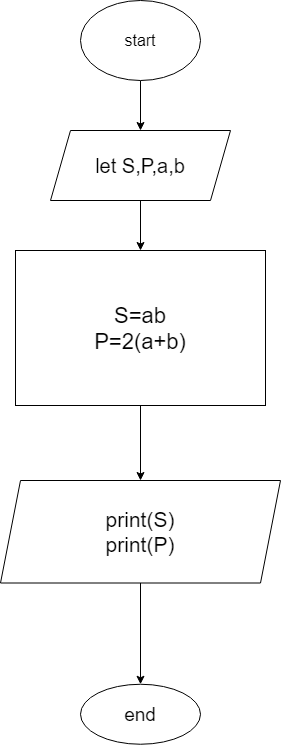
Seymur-Abbasov/alqoritm-test.1 keeps this draw.io diagram as Untitled Diagram.drawio.png. Above is the earlier version. Source tidied: cells renumbered, new cells last; positions are measured from the earlier drawing's top-left corner, leaving out a move shared by most shapes.
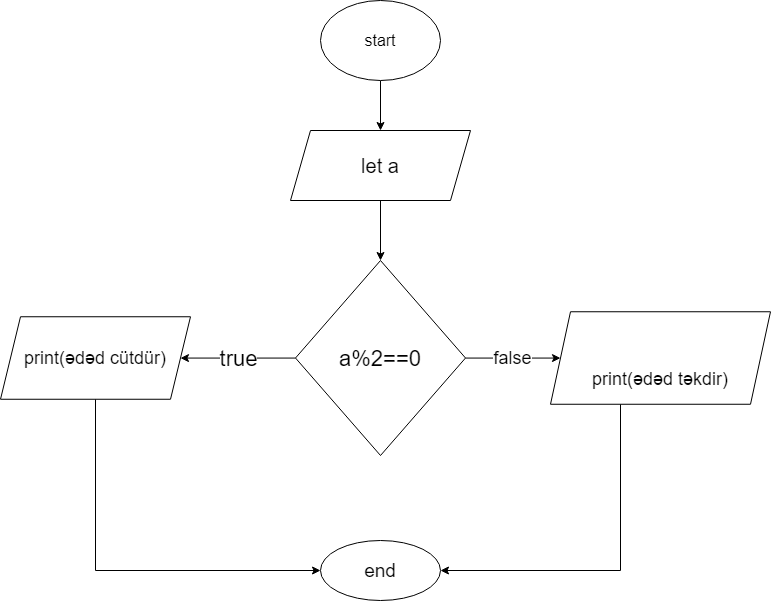
The same file after the commit.

Diff of the diagram source:
```diff
@@ -8,26 +8,43 @@
     <mxCell id="3" value="&lt;font style=&quot;font-size: 16px&quot;&gt;start&lt;/font&gt;" style="ellipse;whiteSpace=wrap;html=1;" parent="1" vertex="1">
       <mxGeometry x="80" width="120" height="80" as="geometry" />
     </mxCell>
-    <mxCell id="4" style="edgeStyle=orthogonalEdgeStyle;rounded=0;jettySize=auto;html=1;fontSize=14;" parent="1" edge="1" source="5" target="7">
-      <mxGeometry relative="1" as="geometry" />
-    </mxCell>
+    <mxCell id="11" style="edgeStyle=orthogonalEdgeStyle;rounded=0;jettySize=auto;html=1;fontSize=19;" parent="1" edge="1" source="5" target="14">
+      <mxGeometry relative="1" as="geometry" />
+    </mxCell>
-    <mxCell id="5" value="&lt;span style=&quot;font-size: 20px&quot;&gt;let S,P,a,b&lt;/span&gt;" style="shape=parallelogram;perimeter=parallelogramPerimeter;whiteSpace=wrap;html=1;fixedSize=1;" parent="1" vertex="1">
+    <mxCell id="5" value="&lt;span style=&quot;font-size: 20px&quot;&gt;let a&lt;/span&gt;" style="shape=parallelogram;perimeter=parallelogramPerimeter;whiteSpace=wrap;html=1;fixedSize=1;" parent="1" vertex="1">
       <mxGeometry x="50" y="130" width="180" height="70" as="geometry" />
     </mxCell>
-    <mxCell id="6" style="edgeStyle=orthogonalEdgeStyle;rounded=0;jettySize=auto;html=1;fontSize=22;" parent="1" edge="1" source="7" target="9">
-      <mxGeometry relative="1" as="geometry" />
-    </mxCell>
-    <mxCell id="7" value="&lt;font style=&quot;font-size: 22px&quot;&gt;S=ab&lt;br&gt;P=2(a+b)&lt;/font&gt;" style="whiteSpace=wrap;html=1;" parent="1" vertex="1">
-      <mxGeometry x="15" y="250" width="250" height="155" as="geometry" />
-    </mxCell>
-    <mxCell id="8" style="edgeStyle=orthogonalEdgeStyle;rounded=0;jettySize=auto;html=1;fontSize=21;" parent="1" edge="1" source="9" target="10">
-      <mxGeometry relative="1" as="geometry" />
-    </mxCell>
-    <mxCell id="9" value="&lt;font style=&quot;font-size: 21px&quot;&gt;print(S)&lt;br&gt;print(P)&lt;/font&gt;" style="shape=parallelogram;perimeter=parallelogramPerimeter;whiteSpace=wrap;html=1;fixedSize=1;" parent="1" vertex="1">
-      <mxGeometry y="480" width="280" height="102.5" as="geometry" />
-    </mxCell>
     <mxCell id="10" value="&lt;font style=&quot;font-size: 19px&quot;&gt;end&lt;/font&gt;" style="ellipse;whiteSpace=wrap;html=1;" parent="1" vertex="1">
-      <mxGeometry x="80" y="683.8" width="120" height="60" as="geometry" />
+      <mxGeometry x="80" y="540" width="120" height="60" as="geometry" />
     </mxCell>
+    <mxCell id="12" value="true" style="edgeStyle=orthogonalEdgeStyle;rounded=0;jettySize=auto;html=1;fontSize=22;" parent="1" edge="1" source="14" target="16">
+      <mxGeometry relative="1" as="geometry" />
+    </mxCell>
+    <mxCell id="13" value="false" style="edgeStyle=orthogonalEdgeStyle;rounded=0;jettySize=auto;html=1;fontSize=18;" parent="1" edge="1" source="14" target="18">
+      <mxGeometry relative="1" as="geometry" />
+    </mxCell>
+    <mxCell id="14" value="&lt;font style=&quot;font-size: 22px&quot;&gt;a%2==0&lt;/font&gt;" style="rhombus;whiteSpace=wrap;html=1;" parent="1" vertex="1">
+      <mxGeometry x="55" y="260" width="170" height="195" as="geometry" />
+    </mxCell>
+    <mxCell id="15" style="edgeStyle=orthogonalEdgeStyle;rounded=0;jettySize=auto;html=1;fontSize=18;" parent="1" edge="1" source="16" target="10">
+      <mxGeometry relative="1" as="geometry">
+        <Array as="points">
+          <mxPoint x="-145" y="570" />
+        </Array>
+      </mxGeometry>
+    </mxCell>
+    <mxCell id="16" value="&lt;font style=&quot;font-size: 18px&quot;&gt;print(ədəd cütdür)&lt;/font&gt;" style="shape=parallelogram;perimeter=parallelogramPerimeter;whiteSpace=wrap;html=1;fixedSize=1;" parent="1" vertex="1">
+      <mxGeometry x="-240" y="316.2" width="190" height="82.5" as="geometry" />
+    </mxCell>
+    <mxCell id="17" style="edgeStyle=orthogonalEdgeStyle;rounded=0;jettySize=auto;html=1;fontSize=18;" parent="1" edge="1" source="18" target="10">
+      <mxGeometry relative="1" as="geometry">
+        <Array as="points">
+          <mxPoint x="380" y="570" />
+        </Array>
+      </mxGeometry>
+    </mxCell>
+    <mxCell id="18" value="&lt;font style=&quot;font-size: 18px&quot;&gt;&lt;br&gt;&lt;br&gt;&lt;span style=&quot;color: rgb(0 , 0 , 0) ; font-family: &amp;#34;helvetica&amp;#34; ; font-style: normal ; font-weight: 400 ; letter-spacing: normal ; text-align: center ; text-indent: 0px ; text-transform: none ; word-spacing: 0px ; background-color: rgb(255 , 255 , 255) ; display: inline ; float: none&quot;&gt;print(ədəd təkdir)&lt;/span&gt;&lt;br&gt;&lt;/font&gt;" style="shape=parallelogram;perimeter=parallelogramPerimeter;whiteSpace=wrap;html=1;fixedSize=1;" parent="1" vertex="1">
+      <mxGeometry x="310" y="311.2" width="220" height="92.5" as="geometry" />
+    </mxCell>
   </root>
 </mxGraphModel>
```
